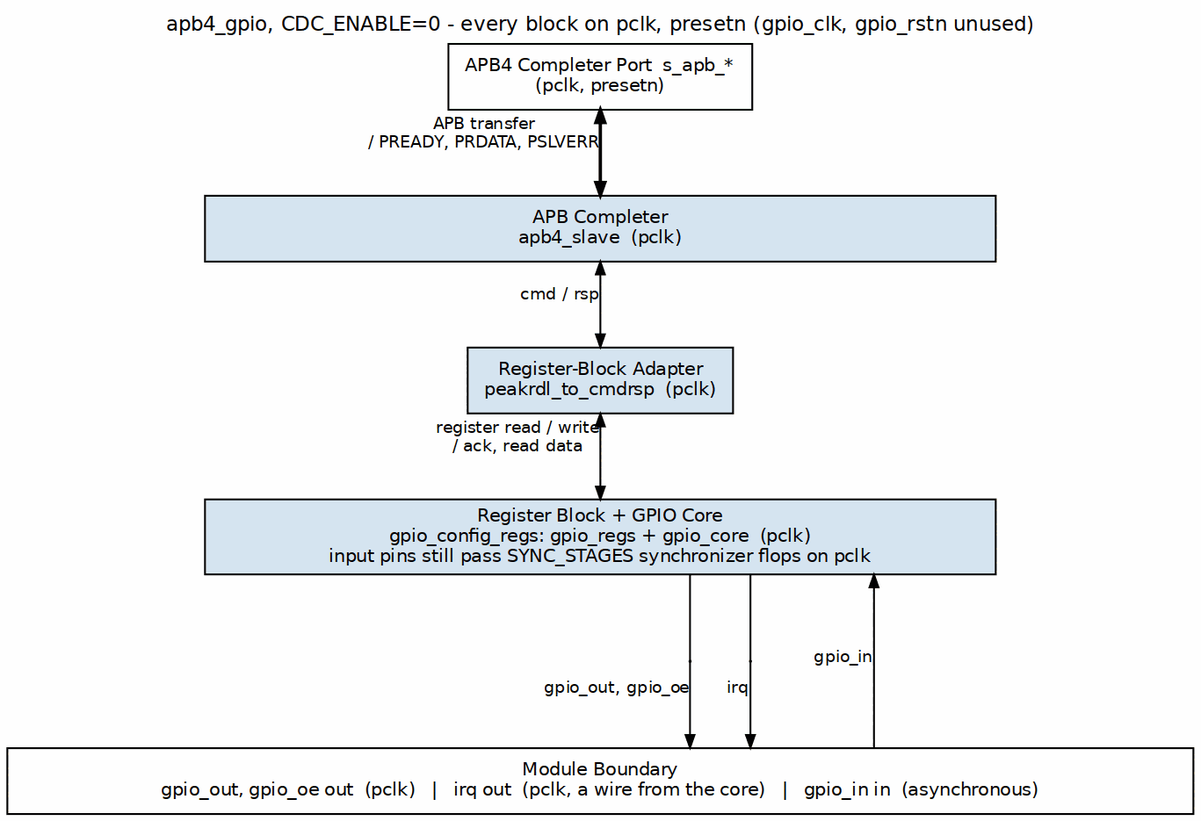
Above: projects/components/legacy-ip/retro_legacy_blocks/docs/gpio_mas/assets/graphviz/gpio_clocks_sync.png in sean-galloway/RTLDesignSherpa (Graphviz), before the change. Its source is kept beside it as projects/components/legacy-ip/retro_legacy_blocks/docs/gpio_mas/assets/graphviz/gpio_clocks_sync.dot.
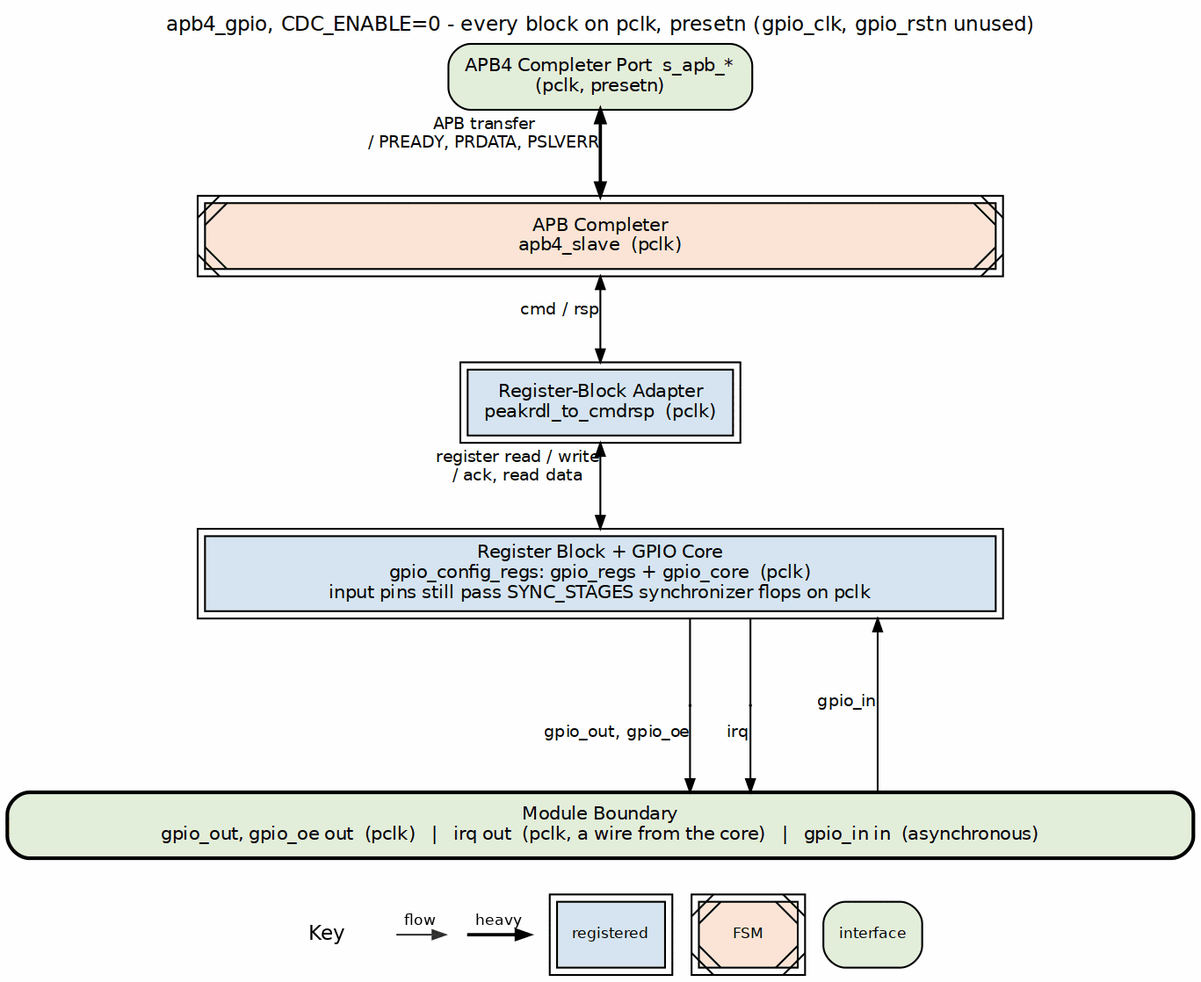
The same file after the commit.

Change to the diagram source:
```diff
@@ -4,16 +4,16 @@
            label="apb4_gpio, CDC_ENABLE=0 - every block on pclk, presetn (gpio_clk, gpio_rstn unused)",
            labelloc=t, labeljust=c];
     node  [fontname="Helvetica", fontsize=10, shape=box, style=filled,
-           fillcolor="#D6E4F0", color="black", margin="0.12,0.06"];
+           fillcolor="white", color="black", margin="0.12,0.06"];
     edge  [fontname="Helvetica", fontsize=9, color="black", arrowsize=0.7];
 
-    apb [group=C, label="APB4 Completer Port  s_apb_*\n(pclk, presetn)", fillcolor="white"];
-    slv [group=C, label="APB Completer\napb4_slave  (pclk)", width=6.0];
-    adp [group=C, label="Register-Block Adapter\npeakrdl_to_cmdrsp  (pclk)"];
-    cfg [group=C, label="Register Block + GPIO Core\ngpio_config_regs: gpio_regs + gpio_core  (pclk)\ninput pins still pass SYNC_STAGES synchronizer flops on pclk", width=6.0];
+    apb [group=C, label="APB4 Completer Port  s_apb_*\n(pclk, presetn)", fillcolor="white", style="rounded,filled", fillcolor="#E2EFDA"];
+    slv [group=C, label="APB Completer\napb4_slave  (pclk)", width=6.0, peripheries=2, style="filled,diagonals", fillcolor="#FCE4D6"];
+    adp [group=C, label="Register-Block Adapter\npeakrdl_to_cmdrsp  (pclk)", peripheries=2, style="filled", fillcolor="#D6E4F0"];
+    cfg [group=C, label="Register Block + GPIO Core\ngpio_config_regs: gpio_regs + gpio_core  (pclk)\ninput pins still pass SYNC_STAGES synchronizer flops on pclk", width=6.0, peripheries=2, style="filled", fillcolor="#D6E4F0"];
 
     bar [group=C, label="Module Boundary\ngpio_out, gpio_oe out  (pclk)   |   irq out  (pclk, a wire from the core)   |   gpio_in in  (asynchronous)",
-         fillcolor="white", width=9.0];
+         fillcolor="white", width=9.0, style="rounded,filled,bold", fillcolor="#E2EFDA"];
 
     apb -> slv [dir=both, penwidth=1.8, xlabel="APB transfer\n/ PREADY, PRDATA, PSLVERR"];
     slv -> adp [dir=both, xlabel="cmd / rsp"];
```
